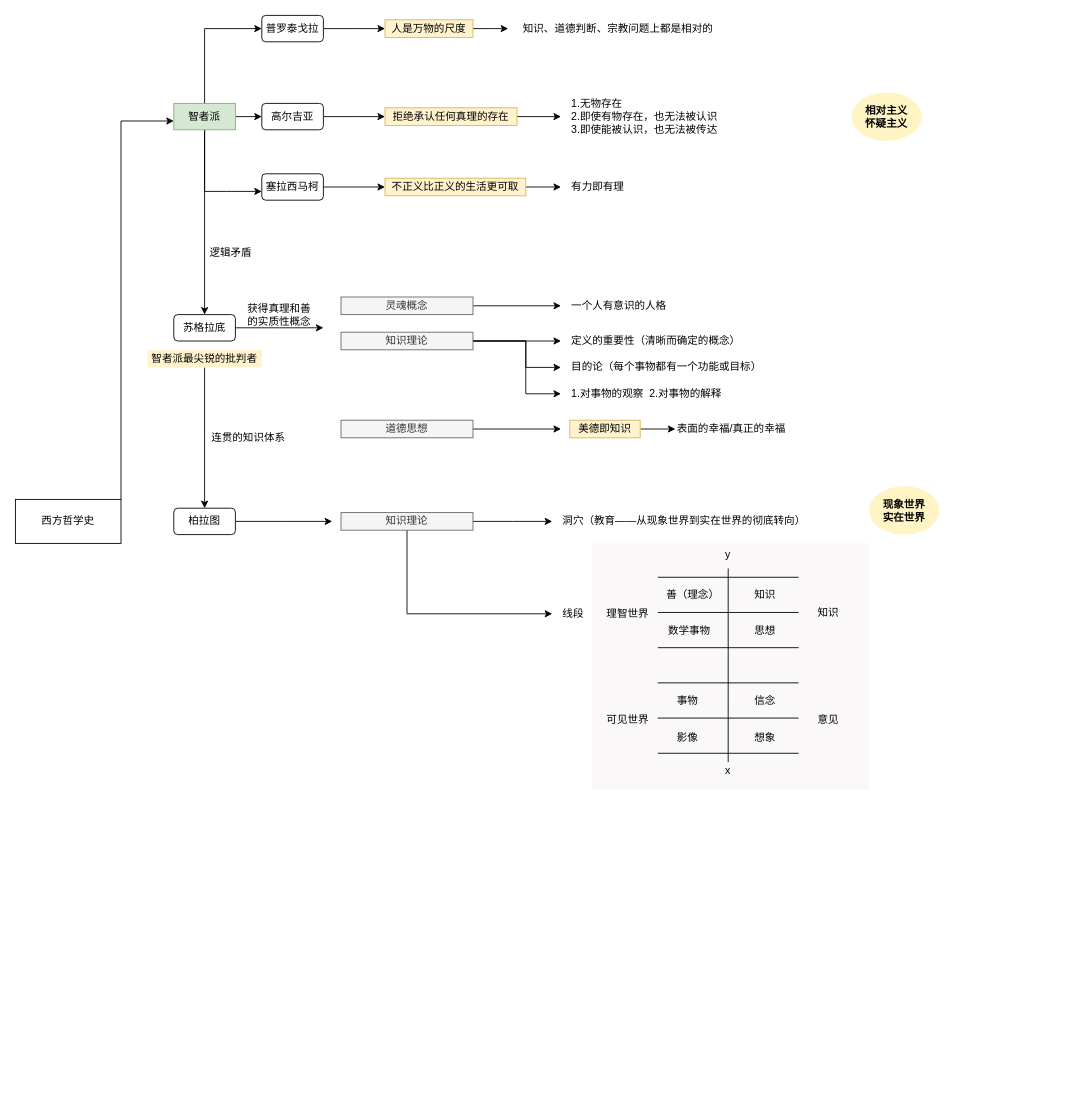
Before: 西方哲学史脉络.drawio in Mary1206/-a, a draw.io diagram. Source tidied: cells renumbered, new cells numbered last; positions are measured from the earlier drawing's top-left corner, leaving out a move shared by most shapes. Both pictures are drawn from the tidied source at 88%, with x=0, y=0 at pixel (15, 15).
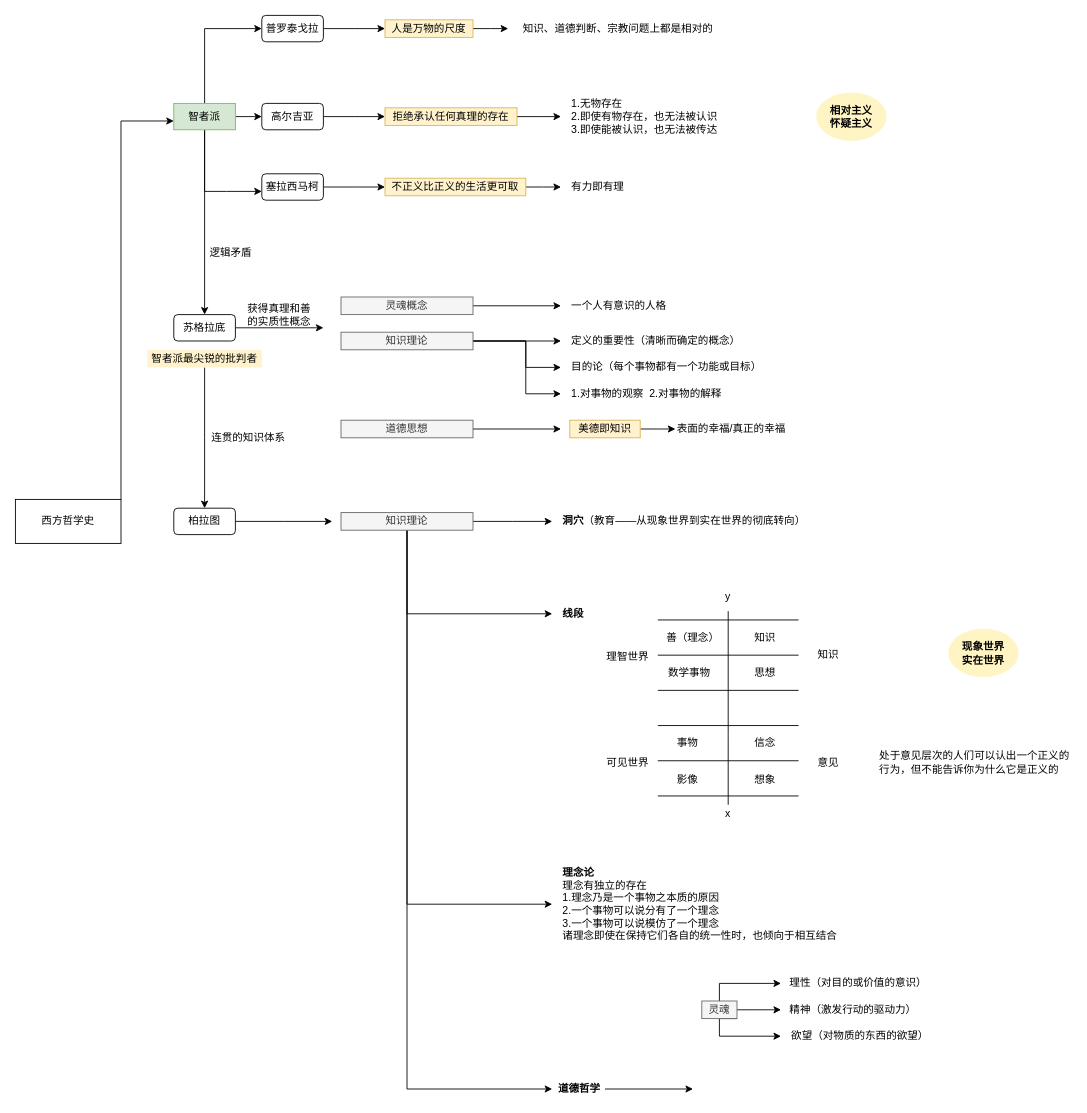
The same diagram, later.

Commit message:
西方哲学史脉络.drawio

Unchanged cells that the change refers to:
```xml
<mxCell id="52" value="知识理论" style="text;html=1;align=center;verticalAlign=middle;whiteSpace=wrap;rounded=0;fillColor=#f5f5f5;strokeColor=#666666;fontColor=#333333;" parent="1" vertex="1">
  <mxGeometry x="370" y="565" width="150" height="20" as="geometry" />
</mxCell>
```

Change to the diagram source:
```diff
@@
-    <mxCell id="2" style="rounded=0;whiteSpace=wrap;html=1;align=center;strokeColor=none;shadow=0;sketch=0;glass=0;fillColor=#FAF8F8;" parent="1" vertex="1">
-      <mxGeometry x="655" y="600" width="315" height="280" as="geometry" />
-    </mxCell>
@@
     <mxCell id="31" value="&lt;b&gt;现象世界&lt;br&gt;实在世界&lt;/b&gt;" style="ellipse;whiteSpace=wrap;html=1;strokeColor=none;fillColor=#FFF4C3;" parent="1" vertex="1">
-      <mxGeometry x="970" y="535" width="80" height="55" as="geometry" />
+      <mxGeometry x="1060" y="697" width="80" height="55" as="geometry" />
     </mxCell>
@@
+    <mxCell id="77" style="edgeStyle=orthogonalEdgeStyle;rounded=0;jettySize=auto;html=1;" parent="1" edge="1" source="52">
+      <mxGeometry relative="1" as="geometry">
+        <mxPoint x="610" y="1010" as="targetPoint" />
+        <Array as="points">
+          <mxPoint x="445" y="1010" />
+          <mxPoint x="610" y="1010" />
+        </Array>
+      </mxGeometry>
+    </mxCell>
+    <mxCell id="78" style="edgeStyle=orthogonalEdgeStyle;rounded=0;jettySize=auto;html=1;" parent="1" edge="1" source="52">
+      <mxGeometry relative="1" as="geometry">
+        <mxPoint x="610" y="1220" as="targetPoint" />
+        <Array as="points">
+          <mxPoint x="445" y="1220" />
+          <mxPoint x="610" y="1220" />
+        </Array>
+      </mxGeometry>
+    </mxCell>
@@
-    <mxCell id="53" value="&lt;div align=&quot;left&quot;&gt;洞穴（教育——从现象世界到实在世界的彻底转向）&lt;/div&gt;" style="text;html=1;strokeColor=none;fillColor=none;align=left;verticalAlign=middle;whiteSpace=wrap;rounded=0;" parent="1" vertex="1">
+    <mxCell id="53" value="&lt;div align=&quot;left&quot;&gt;&lt;b&gt;洞穴&lt;/b&gt;（教育——从现象世界到实在世界的彻底转向）&lt;/div&gt;" style="text;html=1;strokeColor=none;fillColor=none;align=left;verticalAlign=middle;whiteSpace=wrap;rounded=0;" parent="1" vertex="1">
       <mxGeometry x="620" y="565" width="280" height="20" as="geometry" />
     </mxCell>
     <mxCell id="54" value="&lt;b&gt;相对主义&lt;br&gt;怀疑主义&lt;/b&gt;" style="ellipse;whiteSpace=wrap;html=1;strokeColor=none;fillColor=#FFF4C3;" parent="1" vertex="1">
-      <mxGeometry x="950" y="87.5" width="80" height="55" as="geometry" />
+      <mxGeometry x="910" y="87.5" width="80" height="55" as="geometry" />
     </mxCell>
-    <mxCell id="55" value="&lt;div align=&quot;left&quot;&gt;线段&lt;/div&gt;" style="text;html=1;strokeColor=none;fillColor=none;align=left;verticalAlign=middle;whiteSpace=wrap;rounded=0;" parent="1" vertex="1">
+    <mxCell id="55" value="&lt;div align=&quot;left&quot;&gt;&lt;b&gt;线段&lt;/b&gt;&lt;/div&gt;" style="text;html=1;strokeColor=none;fillColor=none;align=left;verticalAlign=middle;whiteSpace=wrap;rounded=0;" parent="1" vertex="1">
       <mxGeometry x="620" y="670" width="40" height="20" as="geometry" />
     </mxCell>
     <mxCell id="56" style="endArrow=none;html=1;" parent="1" edge="1">
       <mxGeometry relative="1" as="geometry">
-        <mxPoint x="810" y="848.5" as="sourcePoint" />
-        <mxPoint x="810" y="628.5" as="targetPoint" />
+        <mxPoint x="810" y="897" as="sourcePoint" />
+        <mxPoint x="810" y="677" as="targetPoint" />
         <Array as="points">
-          <mxPoint x="810" y="768.5" />
+          <mxPoint x="810" y="817" />
         </Array>
       </mxGeometry>
     </mxCell>
     <mxCell id="57" value="y" style="text;html=1;strokeColor=none;fillColor=none;align=center;verticalAlign=middle;whiteSpace=wrap;rounded=0;" parent="1" vertex="1">
-      <mxGeometry x="790" y="602.5" width="40" height="20" as="geometry" />
+      <mxGeometry x="790" y="651" width="40" height="20" as="geometry" />
     </mxCell>
     <mxCell id="58" value="x" style="text;html=1;strokeColor=none;fillColor=none;align=center;verticalAlign=middle;whiteSpace=wrap;rounded=0;" parent="1" vertex="1">
-      <mxGeometry x="790" y="848.5" width="40" height="20" as="geometry" />
+      <mxGeometry x="790" y="897" width="40" height="20" as="geometry" />
     </mxCell>
     <mxCell id="59" style="endArrow=none;html=1;" parent="1" edge="1">
       <mxGeometry relative="1" as="geometry">
-        <mxPoint x="730" y="638.5" as="sourcePoint" />
-        <mxPoint x="890" y="638.5" as="targetPoint" />
+        <mxPoint x="730" y="687" as="sourcePoint" />
+        <mxPoint x="890" y="687" as="targetPoint" />
       </mxGeometry>
     </mxCell>
     <mxCell id="60" style="endArrow=none;html=1;" parent="1" edge="1">
       <mxGeometry relative="1" as="geometry">
-        <mxPoint x="730" y="678.5" as="sourcePoint" />
-        <mxPoint x="890" y="678.5" as="targetPoint" />
+        <mxPoint x="730" y="727" as="sourcePoint" />
+        <mxPoint x="890" y="727" as="targetPoint" />
       </mxGeometry>
     </mxCell>
     <mxCell id="61" style="endArrow=none;html=1;" parent="1" edge="1">
       <mxGeometry relative="1" as="geometry">
-        <mxPoint x="730" y="718.5" as="sourcePoint" />
-        <mxPoint x="890" y="718.5" as="targetPoint" />
+        <mxPoint x="730" y="767" as="sourcePoint" />
+        <mxPoint x="890" y="767" as="targetPoint" />
       </mxGeometry>
     </mxCell>
     <mxCell id="62" style="endArrow=none;html=1;" parent="1" edge="1">
       <mxGeometry relative="1" as="geometry">
-        <mxPoint x="730" y="758.5" as="sourcePoint" />
-        <mxPoint x="890" y="758.5" as="targetPoint" />
+        <mxPoint x="730" y="807" as="sourcePoint" />
+        <mxPoint x="890" y="807" as="targetPoint" />
       </mxGeometry>
     </mxCell>
     <mxCell id="63" style="endArrow=none;html=1;" parent="1" edge="1">
       <mxGeometry relative="1" as="geometry">
-        <mxPoint x="730" y="798.5" as="sourcePoint" />
-        <mxPoint x="890" y="798.5" as="targetPoint" />
+        <mxPoint x="730" y="847" as="sourcePoint" />
+        <mxPoint x="890" y="847" as="targetPoint" />
       </mxGeometry>
     </mxCell>
     <mxCell id="64" style="endArrow=none;html=1;" parent="1" edge="1">
       <mxGeometry relative="1" as="geometry">
-        <mxPoint x="730" y="838.5" as="sourcePoint" />
-        <mxPoint x="890" y="838.5" as="targetPoint" />
+        <mxPoint x="730" y="887" as="sourcePoint" />
+        <mxPoint x="890" y="887" as="targetPoint" />
       </mxGeometry>
     </mxCell>
     <mxCell id="65" value="想象" style="text;html=1;strokeColor=none;fillColor=none;align=left;verticalAlign=middle;whiteSpace=wrap;rounded=0;" parent="1" vertex="1">
-      <mxGeometry x="838" y="810.5" width="40" height="20" as="geometry" />
+      <mxGeometry x="838" y="859" width="40" height="20" as="geometry" />
     </mxCell>
     <mxCell id="66" value="信念" style="text;html=1;strokeColor=none;fillColor=none;align=left;verticalAlign=middle;whiteSpace=wrap;rounded=0;" parent="1" vertex="1">
-      <mxGeometry x="838" y="768.5" width="40" height="20" as="geometry" />
+      <mxGeometry x="838" y="817" width="40" height="20" as="geometry" />
     </mxCell>
     <mxCell id="67" value="思想" style="text;html=1;strokeColor=none;fillColor=none;align=left;verticalAlign=middle;whiteSpace=wrap;rounded=0;" parent="1" vertex="1">
-      <mxGeometry x="838" y="688.5" width="40" height="20" as="geometry" />
+      <mxGeometry x="838" y="737" width="40" height="20" as="geometry" />
     </mxCell>
     <mxCell id="68" value="知识" style="text;html=1;strokeColor=none;fillColor=none;align=left;verticalAlign=middle;whiteSpace=wrap;rounded=0;" parent="1" vertex="1">
-      <mxGeometry x="838" y="648.5" width="40" height="20" as="geometry" />
+      <mxGeometry x="838" y="697" width="40" height="20" as="geometry" />
     </mxCell>
     <mxCell id="69" value="影像" style="text;html=1;strokeColor=none;fillColor=none;align=left;verticalAlign=middle;whiteSpace=wrap;rounded=0;" parent="1" vertex="1">
-      <mxGeometry x="750" y="810.5" width="40" height="20" as="geometry" />
+      <mxGeometry x="750" y="859" width="40" height="20" as="geometry" />
     </mxCell>
     <mxCell id="70" value="事物" style="text;html=1;strokeColor=none;fillColor=none;align=left;verticalAlign=middle;whiteSpace=wrap;rounded=0;" parent="1" vertex="1">
-      <mxGeometry x="750" y="768.5" width="40" height="20" as="geometry" />
+      <mxGeometry x="750" y="817" width="40" height="20" as="geometry" />
     </mxCell>
     <mxCell id="71" value="数学事物" style="text;html=1;strokeColor=none;fillColor=none;align=left;verticalAlign=middle;whiteSpace=wrap;rounded=0;" parent="1" vertex="1">
-      <mxGeometry x="740" y="688.5" width="50" height="20" as="geometry" />
+      <mxGeometry x="740" y="737" width="50" height="20" as="geometry" />
     </mxCell>
     <mxCell id="72" value="善（理念）" style="text;html=1;strokeColor=none;fillColor=none;align=center;verticalAlign=middle;whiteSpace=wrap;rounded=0;" parent="1" vertex="1">
-      <mxGeometry x="730" y="648.5" width="80" height="20" as="geometry" />
+      <mxGeometry x="730" y="697" width="80" height="20" as="geometry" />
     </mxCell>
     <mxCell id="73" value="知识" style="text;html=1;strokeColor=none;fillColor=none;align=left;verticalAlign=middle;whiteSpace=wrap;rounded=0;" parent="1" vertex="1">
-      <mxGeometry x="910" y="668.5" width="40" height="20" as="geometry" />
+      <mxGeometry x="910" y="717" width="40" height="20" as="geometry" />
     </mxCell>
     <mxCell id="74" value="意见" style="text;html=1;strokeColor=none;fillColor=none;align=left;verticalAlign=middle;whiteSpace=wrap;rounded=0;" parent="1" vertex="1">
-      <mxGeometry x="910" y="790.5" width="40" height="20" as="geometry" />
+      <mxGeometry x="910" y="839" width="40" height="20" as="geometry" />
     </mxCell>
     <mxCell id="75" value="理智世界" style="text;html=1;strokeColor=none;fillColor=none;align=left;verticalAlign=middle;whiteSpace=wrap;rounded=0;" parent="1" vertex="1">
-      <mxGeometry x="670" y="670" width="50" height="20" as="geometry" />
+      <mxGeometry x="670" y="718.5" width="50" height="20" as="geometry" />
     </mxCell>
     <mxCell id="76" value="可见世界" style="text;html=1;strokeColor=none;fillColor=none;align=left;verticalAlign=middle;whiteSpace=wrap;rounded=0;" parent="1" vertex="1">
-      <mxGeometry x="670" y="790.5" width="50" height="20" as="geometry" />
+      <mxGeometry x="670" y="839" width="50" height="20" as="geometry" />
     </mxCell>
+    <mxCell id="79" value="&lt;div align=&quot;left&quot;&gt;&lt;b&gt;理念论&lt;/b&gt;&lt;/div&gt;&lt;div align=&quot;left&quot;&gt;理念有独立的存在&lt;/div&gt;&lt;div align=&quot;left&quot;&gt;1.理念乃是一个事物之本质的原因&lt;/div&gt;&lt;div align=&quot;left&quot;&gt;2.一个事物可以说分有了一个理念&lt;/div&gt;&lt;div align=&quot;left&quot;&gt;3.一个事物可以说模仿了一个理念&lt;/div&gt;&lt;div align=&quot;left&quot;&gt;诸理念即使在保持它们各自的统一性时，也倾向于相互结合&lt;/div&gt;" style="text;html=1;strokeColor=none;fillColor=none;align=left;verticalAlign=middle;whiteSpace=wrap;rounded=0;" parent="1" vertex="1">
+      <mxGeometry x="620" y="1000" width="330" height="20" as="geometry" />
+    </mxCell>
+    <mxCell id="80" value="&lt;div align=&quot;left&quot;&gt;处于意见层次的人们可以认出一个正义的行为，但不能告诉你为什么它是正义的&lt;/div&gt;" style="text;html=1;strokeColor=none;fillColor=none;align=left;verticalAlign=middle;whiteSpace=wrap;rounded=0;" parent="1" vertex="1">
+      <mxGeometry x="980" y="839" width="220" height="20" as="geometry" />
+    </mxCell>
+    <mxCell id="81" style="edgeStyle=orthogonalEdgeStyle;rounded=0;jettySize=auto;html=1;" parent="1" edge="1" source="82">
+      <mxGeometry relative="1" as="geometry">
+        <mxPoint x="770" y="1220" as="targetPoint" />
+      </mxGeometry>
+    </mxCell>
+    <mxCell id="82" value="&lt;div align=&quot;left&quot;&gt;&lt;b&gt;道德哲学&lt;/b&gt;&lt;/div&gt;" style="text;html=1;strokeColor=none;fillColor=none;align=left;verticalAlign=middle;whiteSpace=wrap;rounded=0;" parent="1" vertex="1">
+      <mxGeometry x="615" y="1210" width="55" height="20" as="geometry" />
+    </mxCell>
+    <mxCell id="83" style="edgeStyle=orthogonalEdgeStyle;rounded=0;jettySize=auto;html=1;" parent="1" edge="1" source="86">
+      <mxGeometry relative="1" as="geometry">
+        <mxPoint x="870" y="1130" as="targetPoint" />
+      </mxGeometry>
+    </mxCell>
+    <mxCell id="84" style="edgeStyle=orthogonalEdgeStyle;rounded=0;jettySize=auto;html=1;exitX=0.5;exitY=0;exitDx=0;exitDy=0;" parent="1" edge="1" source="86">
+      <mxGeometry relative="1" as="geometry">
+        <mxPoint x="870" y="1100" as="targetPoint" />
+        <Array as="points">
+          <mxPoint x="800" y="1100" />
+        </Array>
+      </mxGeometry>
+    </mxCell>
+    <mxCell id="85" style="edgeStyle=orthogonalEdgeStyle;rounded=0;jettySize=auto;html=1;exitX=1;exitY=1;exitDx=0;exitDy=0;" parent="1" edge="1" source="86">
+      <mxGeometry relative="1" as="geometry">
+        <mxPoint x="870" y="1160" as="targetPoint" />
+        <Array as="points">
+          <mxPoint x="800" y="1140" />
+          <mxPoint x="800" y="1160" />
+        </Array>
+      </mxGeometry>
+    </mxCell>
+    <mxCell id="86" value="灵魂" style="text;html=1;align=center;verticalAlign=middle;whiteSpace=wrap;rounded=0;fillColor=#f5f5f5;strokeColor=#666666;fontColor=#333333;" parent="1" vertex="1">
+      <mxGeometry x="780" y="1120" width="40" height="20" as="geometry" />
+    </mxCell>
+    <mxCell id="87" value="理性（对目的或价值的意识）" style="text;html=1;strokeColor=none;fillColor=none;align=left;verticalAlign=middle;whiteSpace=wrap;rounded=0;" parent="1" vertex="1">
+      <mxGeometry x="878" y="1090" width="172" height="20" as="geometry" />
+    </mxCell>
+    <mxCell id="88" value="精神（激发行动的驱动力）" style="text;html=1;strokeColor=none;fillColor=none;align=left;verticalAlign=middle;whiteSpace=wrap;rounded=0;" parent="1" vertex="1">
+      <mxGeometry x="878" y="1120" width="152" height="20" as="geometry" />
+    </mxCell>
+    <mxCell id="89" value="欲望（对物质的东西的欲望）" style="text;html=1;strokeColor=none;fillColor=none;align=left;verticalAlign=middle;whiteSpace=wrap;rounded=0;" parent="1" vertex="1">
+      <mxGeometry x="880" y="1150" width="160" height="20" as="geometry" />
+    </mxCell>
```
